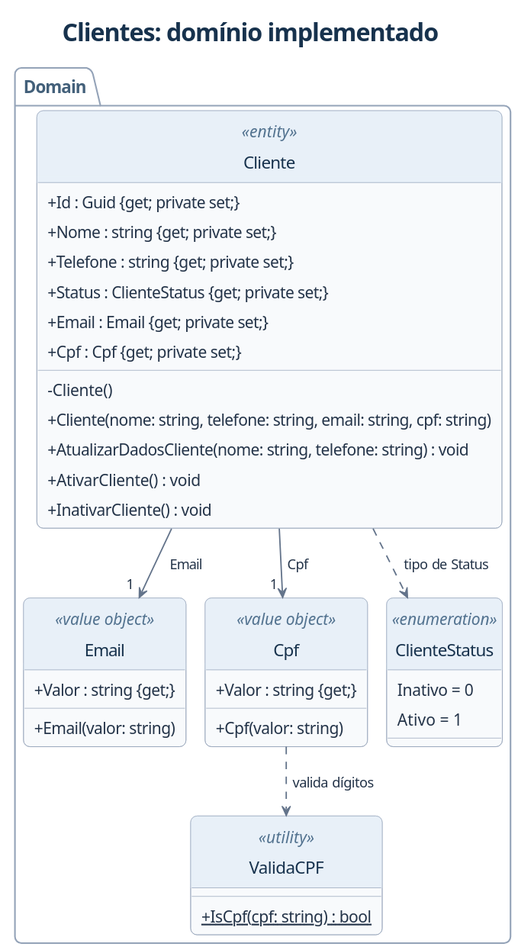
MurilloKelvin/API-Locacao-de-imoveis keeps this PlantUML diagram as docs/uml/imagens/02-classes-dominio.svg. Above is the earlier version. Source of this version:
```plantuml
@startuml
!include estilo.iuml
!pragma layout smetana
title Clientes: domínio implementado
package Domain {
  class Cliente <<entity>> {
    +Id : Guid {get; private set;}
    +Nome : string {get; private set;}
    +Telefone : string {get; private set;}
    +Status : ClienteStatus {get; private set;}
    +Email : Email {get; private set;}
    +Cpf : Cpf {get; private set;}
    -Cliente()
    +Cliente(nome: string, telefone: string, email: string, cpf: string)
    +AtualizarDadosCliente(nome: string, telefone: string) : void
    +AtivarCliente() : void
    +InativarCliente() : void
  }
  class Email <<value object>> {
    +Valor : string {get;}
    +Email(valor: string)
  }
  class Cpf <<value object>> {
    +Valor : string {get;}
    +Cpf(valor: string)
  }
  enum ClienteStatus <<enumeration>> {
    Inativo = 0
    Ativo = 1
  }
  class ValidaCPF <<utility>> {
    {static} +IsCpf(cpf: string) : bool
  }
  Cliente --> "1" Email : Email
  Cliente --> "1" Cpf : Cpf
  Cliente ..> ClienteStatus : tipo de Status
  Cpf ..> ValidaCPF : valida dígitos
}
@enduml
```
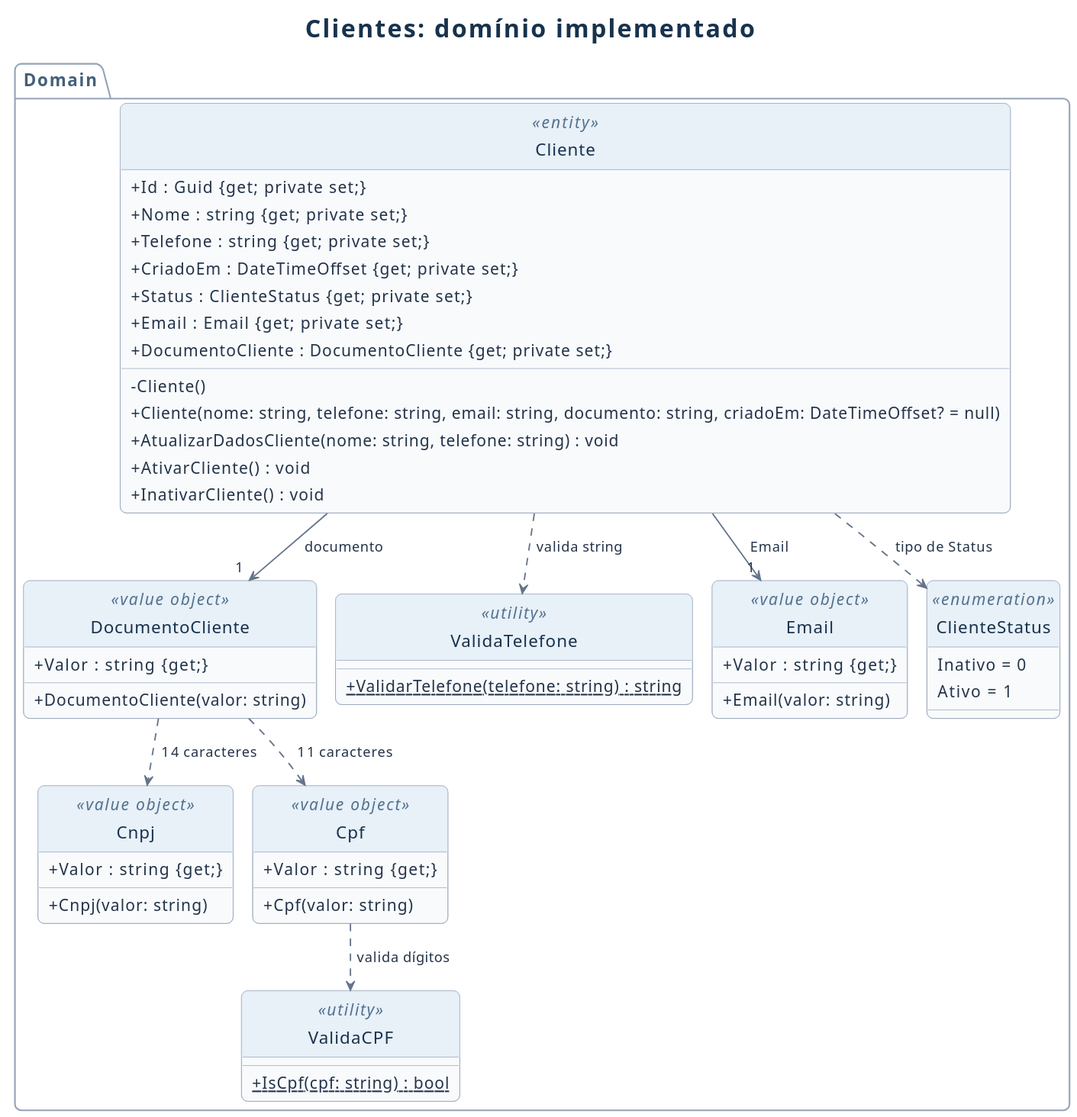
Above is the later version.

Change to the diagram source:
```diff
@@ -7,14 +7,26 @@
     +Id : Guid {get; private set;}
     +Nome : string {get; private set;}
     +Telefone : string {get; private set;}
+    +CriadoEm : DateTimeOffset {get; private set;}
     +Status : ClienteStatus {get; private set;}
     +Email : Email {get; private set;}
-    +Cpf : Cpf {get; private set;}
+    +DocumentoCliente : DocumentoCliente {get; private set;}
     -Cliente()
-    +Cliente(nome: string, telefone: string, email: string, cpf: string)
+    +Cliente(nome: string, telefone: string, email: string, documento: string, criadoEm: DateTimeOffset? = null)
     +AtualizarDadosCliente(nome: string, telefone: string) : void
     +AtivarCliente() : void
     +InativarCliente() : void
+  }
+  class DocumentoCliente <<value object>> {
+    +Valor : string {get;}
+    +DocumentoCliente(valor: string)
+  }
+  class Cnpj <<value object>> {
+    +Valor : string {get;}
+    +Cnpj(valor: string)
+  }
+  class ValidaTelefone <<utility>> {
+    {static} +ValidarTelefone(telefone: string) : string
   }
   class Email <<value object>> {
     +Valor : string {get;}
@@ -32,7 +44,10 @@
     {static} +IsCpf(cpf: string) : bool
   }
   Cliente --> "1" Email : Email
-  Cliente --> "1" Cpf : Cpf
+  Cliente --> "1" DocumentoCliente : documento
+  DocumentoCliente ..> Cpf : 11 caracteres
+  DocumentoCliente ..> Cnpj : 14 caracteres
+  Cliente ..> ValidaTelefone : valida string
   Cliente ..> ClienteStatus : tipo de Status
   Cpf ..> ValidaCPF : valida dígitos
 }
```
